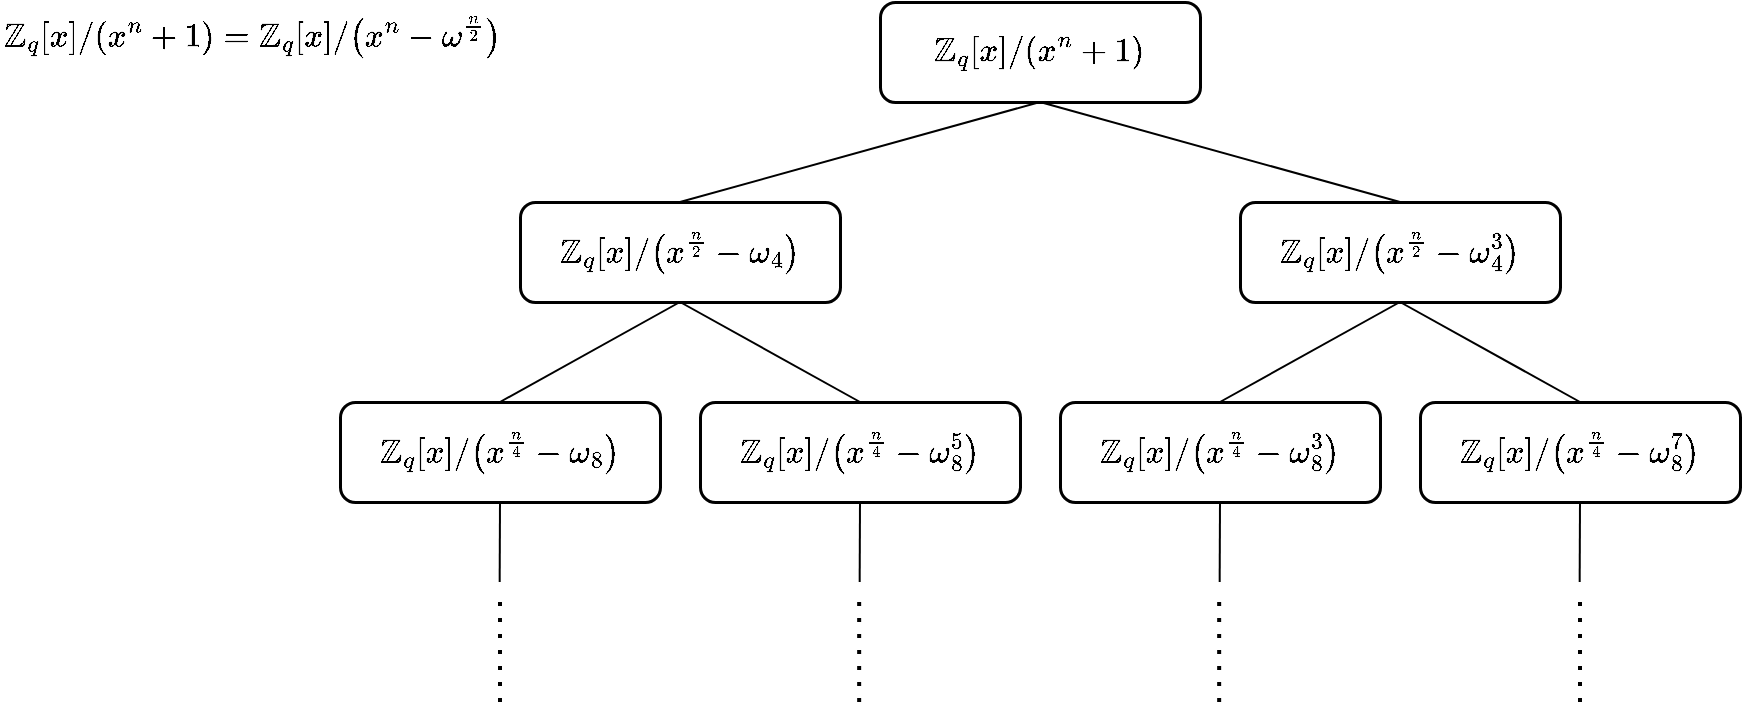
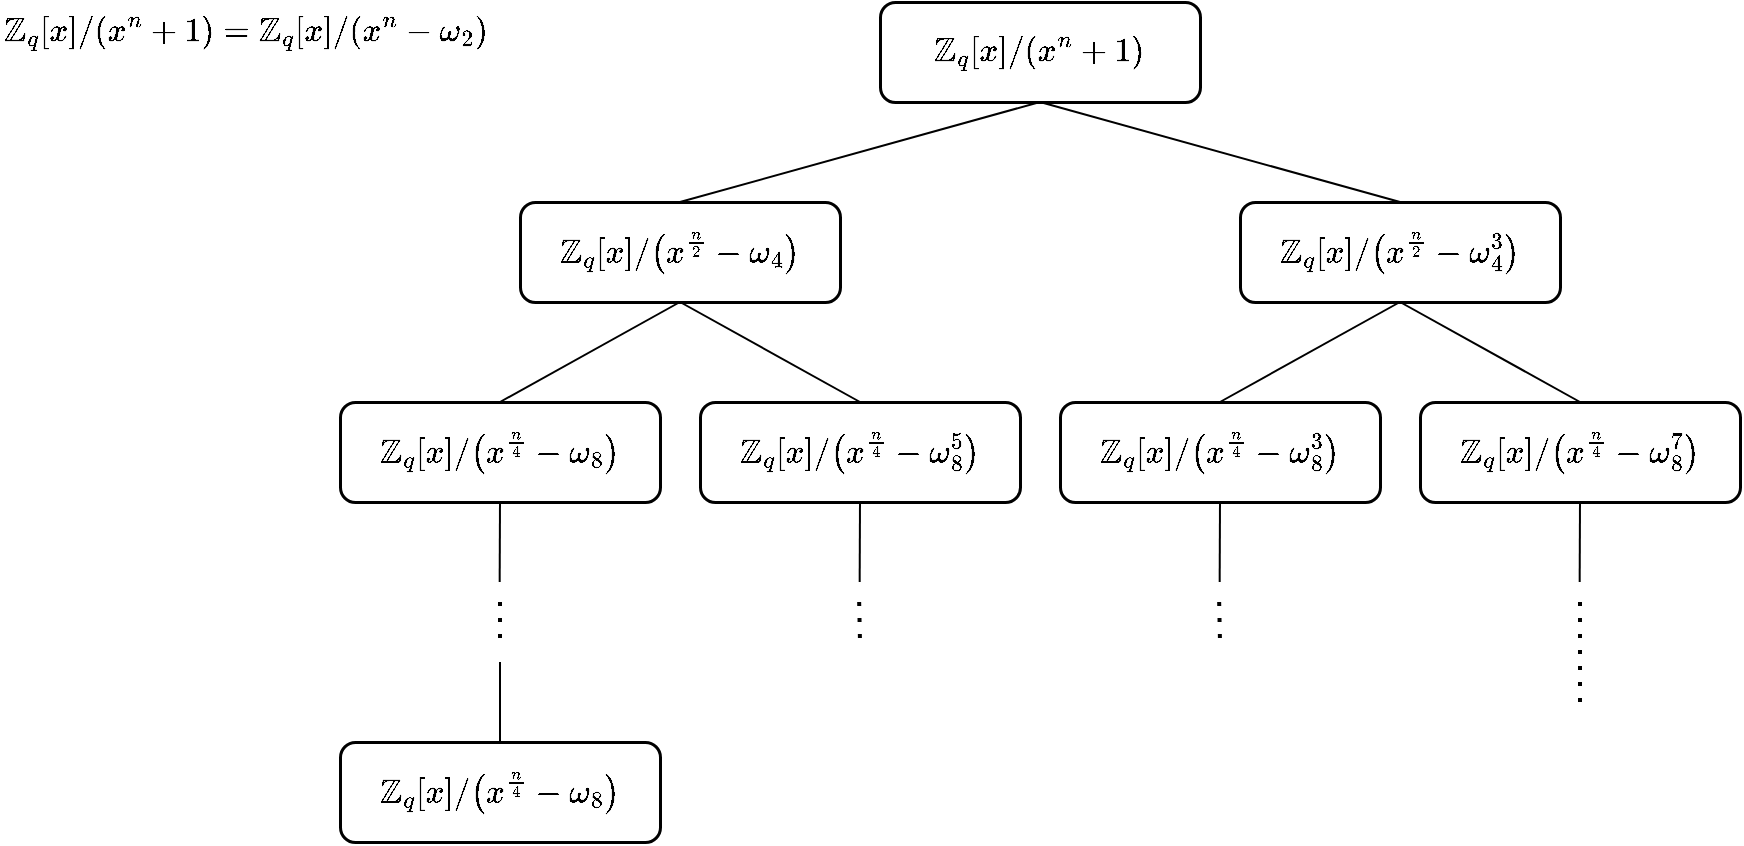
<mxfile host="app.diagrams.net">
  <diagram name="第 1 页" id="r_cadCLkMDmKBiWyYnG-">
-     <mxGraphModel dx="1047" dy="677" grid="1" gridSize="10" guides="1" tooltips="1" connect="1" arrows="1" fold="1" page="1" pageScale="1" pageWidth="1600" pageHeight="900" math="1" shadow="0">
+     <mxGraphModel dx="1267" dy="820" grid="1" gridSize="10" guides="1" tooltips="1" connect="1" arrows="1" fold="1" page="1" pageScale="1" pageWidth="1600" pageHeight="900" math="1" shadow="0">
      <root>
        <mxCell id="0" />
        <mxCell id="1" parent="0" />
        <mxCell id="RMBLcs9uN_SKzhUv9nPz-1" edge="1" parent="1" source="RMBLcs9uN_SKzhUv9nPz-3" style="rounded=0;orthogonalLoop=1;jettySize=auto;html=1;exitX=0.5;exitY=1;exitDx=0;exitDy=0;entryX=0.5;entryY=0;entryDx=0;entryDy=0;endArrow=none;endFill=0;fontSize=14;" target="RMBLcs9uN_SKzhUv9nPz-9">
          <mxGeometry relative="1" as="geometry">
            <mxPoint x="1070" y="160" as="targetPoint" />
          </mxGeometry>
        </mxCell>
        <mxCell id="RMBLcs9uN_SKzhUv9nPz-2" edge="1" parent="1" source="RMBLcs9uN_SKzhUv9nPz-3" style="rounded=0;orthogonalLoop=1;jettySize=auto;html=1;exitX=0.5;exitY=1;exitDx=0;exitDy=0;endArrow=none;endFill=0;entryX=0.5;entryY=0;entryDx=0;entryDy=0;fontSize=14;" target="RMBLcs9uN_SKzhUv9nPz-6">
          <mxGeometry relative="1" as="geometry">
            <mxPoint x="600" y="160" as="targetPoint" />
          </mxGeometry>
        </mxCell>
        <mxCell id="RMBLcs9uN_SKzhUv9nPz-3" parent="1" style="rounded=1;whiteSpace=wrap;html=1;strokeWidth=1.5;fontSize=14;" value="`\mathbb{Z}_{q} [x] \/ (x^n + 1)`" vertex="1">
          <mxGeometry height="50" width="160" x="720" y="40" as="geometry" />
        </mxCell>
        <mxCell id="RMBLcs9uN_SKzhUv9nPz-4" edge="1" parent="1" source="RMBLcs9uN_SKzhUv9nPz-6" style="rounded=0;orthogonalLoop=1;jettySize=auto;html=1;exitX=0.5;exitY=1;exitDx=0;exitDy=0;entryX=0.5;entryY=0;entryDx=0;entryDy=0;endArrow=none;endFill=0;" target="RMBLcs9uN_SKzhUv9nPz-11">
          <mxGeometry relative="1" as="geometry" />
        </mxCell>
        <mxCell id="RMBLcs9uN_SKzhUv9nPz-5" edge="1" parent="1" source="RMBLcs9uN_SKzhUv9nPz-6" style="edgeStyle=none;shape=connector;rounded=0;orthogonalLoop=1;jettySize=auto;html=1;exitX=0.5;exitY=1;exitDx=0;exitDy=0;entryX=0.5;entryY=0;entryDx=0;entryDy=0;strokeColor=default;align=center;verticalAlign=middle;fontFamily=Helvetica;fontSize=11;fontColor=default;labelBackgroundColor=default;endArrow=none;endFill=0;" target="RMBLcs9uN_SKzhUv9nPz-13">
          <mxGeometry relative="1" as="geometry" />
        </mxCell>
        <mxCell id="RMBLcs9uN_SKzhUv9nPz-6" parent="1" style="rounded=1;whiteSpace=wrap;html=1;strokeWidth=1.5;fontSize=14;" value="`\mathbb{Z}_{q} [x] \/ (x^{n/2} - \omega_4)`" vertex="1">
          <mxGeometry height="50" width="160" x="540" y="140" as="geometry" />
        </mxCell>
        <mxCell id="RMBLcs9uN_SKzhUv9nPz-7" edge="1" parent="1" source="RMBLcs9uN_SKzhUv9nPz-9" style="edgeStyle=none;shape=connector;rounded=0;orthogonalLoop=1;jettySize=auto;html=1;exitX=0.5;exitY=1;exitDx=0;exitDy=0;entryX=0.5;entryY=0;entryDx=0;entryDy=0;strokeColor=default;align=center;verticalAlign=middle;fontFamily=Helvetica;fontSize=11;fontColor=default;labelBackgroundColor=default;endArrow=none;endFill=0;" target="RMBLcs9uN_SKzhUv9nPz-15">
          <mxGeometry relative="1" as="geometry" />
        </mxCell>
        <mxCell id="RMBLcs9uN_SKzhUv9nPz-8" edge="1" parent="1" source="RMBLcs9uN_SKzhUv9nPz-9" style="edgeStyle=none;shape=connector;rounded=0;orthogonalLoop=1;jettySize=auto;html=1;exitX=0.5;exitY=1;exitDx=0;exitDy=0;entryX=0.5;entryY=0;entryDx=0;entryDy=0;strokeColor=default;align=center;verticalAlign=middle;fontFamily=Helvetica;fontSize=11;fontColor=default;labelBackgroundColor=default;endArrow=none;endFill=0;" target="RMBLcs9uN_SKzhUv9nPz-17">
          <mxGeometry relative="1" as="geometry" />
        </mxCell>
        <mxCell id="RMBLcs9uN_SKzhUv9nPz-9" parent="1" style="rounded=1;whiteSpace=wrap;html=1;strokeWidth=1.5;fontSize=14;" value="`\mathbb{Z}_{q} [x] \/ (x^{n/2} - \omega_{4}^3)`" vertex="1">
          <mxGeometry height="50" width="160" x="900" y="140" as="geometry" />
        </mxCell>
        <mxCell id="RMBLcs9uN_SKzhUv9nPz-10" edge="1" parent="1" source="RMBLcs9uN_SKzhUv9nPz-11" style="edgeStyle=none;shape=connector;rounded=0;orthogonalLoop=1;jettySize=auto;html=1;exitX=0.5;exitY=1;exitDx=0;exitDy=0;strokeColor=default;align=center;verticalAlign=middle;fontFamily=Helvetica;fontSize=11;fontColor=default;labelBackgroundColor=default;endArrow=none;endFill=0;">
          <mxGeometry relative="1" as="geometry">
            <mxPoint x="529.8333333333335" y="330" as="targetPoint" />
          </mxGeometry>
        </mxCell>
        <mxCell id="RMBLcs9uN_SKzhUv9nPz-11" parent="1" style="rounded=1;whiteSpace=wrap;html=1;strokeWidth=1.5;fontSize=14;" value="`\mathbb{Z}_{q} [x] \/ (x^{n/4} - \omega_8)`" vertex="1">
          <mxGeometry height="50" width="160" x="450" y="240" as="geometry" />
        </mxCell>
        <mxCell id="RMBLcs9uN_SKzhUv9nPz-12" edge="1" parent="1" source="RMBLcs9uN_SKzhUv9nPz-13" style="edgeStyle=none;shape=connector;rounded=0;orthogonalLoop=1;jettySize=auto;html=1;exitX=0.5;exitY=1;exitDx=0;exitDy=0;strokeColor=default;align=center;verticalAlign=middle;fontFamily=Helvetica;fontSize=11;fontColor=default;labelBackgroundColor=default;endArrow=none;endFill=0;">
          <mxGeometry relative="1" as="geometry">
            <mxPoint x="709.8333333333335" y="330" as="targetPoint" />
          </mxGeometry>
        </mxCell>
        <mxCell id="RMBLcs9uN_SKzhUv9nPz-13" parent="1" style="rounded=1;whiteSpace=wrap;html=1;strokeWidth=1.5;fontSize=14;" value="`\mathbb{Z}_{q} [x] \/ (x^{n/4} - \omega_{8}^{5})`" vertex="1">
          <mxGeometry height="50" width="160" x="630" y="240" as="geometry" />
        </mxCell>
        <mxCell id="RMBLcs9uN_SKzhUv9nPz-14" edge="1" parent="1" source="RMBLcs9uN_SKzhUv9nPz-15" style="edgeStyle=none;shape=connector;rounded=0;orthogonalLoop=1;jettySize=auto;html=1;exitX=0.5;exitY=1;exitDx=0;exitDy=0;strokeColor=default;align=center;verticalAlign=middle;fontFamily=Helvetica;fontSize=11;fontColor=default;labelBackgroundColor=default;endArrow=none;endFill=0;">
          <mxGeometry relative="1" as="geometry">
            <mxPoint x="889.8333333333335" y="330" as="targetPoint" />
          </mxGeometry>
        </mxCell>
        <mxCell id="RMBLcs9uN_SKzhUv9nPz-15" parent="1" style="rounded=1;whiteSpace=wrap;html=1;strokeWidth=1.5;fontSize=14;" value="`\mathbb{Z}_{q} [x] \/ (x^{n/4} - \omega_{8}^{3})`" vertex="1">
          <mxGeometry height="50" width="160" x="810" y="240" as="geometry" />
        </mxCell>
        <mxCell id="RMBLcs9uN_SKzhUv9nPz-16" edge="1" parent="1" source="RMBLcs9uN_SKzhUv9nPz-17" style="edgeStyle=none;shape=connector;rounded=0;orthogonalLoop=1;jettySize=auto;html=1;exitX=0.5;exitY=1;exitDx=0;exitDy=0;strokeColor=default;align=center;verticalAlign=middle;fontFamily=Helvetica;fontSize=11;fontColor=default;labelBackgroundColor=default;endArrow=none;endFill=0;">
          <mxGeometry relative="1" as="geometry">
            <mxPoint x="1069.8333333333335" y="330" as="targetPoint" />
          </mxGeometry>
        </mxCell>
        <mxCell id="RMBLcs9uN_SKzhUv9nPz-17" parent="1" style="rounded=1;whiteSpace=wrap;html=1;strokeWidth=1.5;fontSize=14;" value="`\mathbb{Z}_{q} [x] \/ (x^{n/4} - \omega_{8}^{7})`" vertex="1">
          <mxGeometry height="50" width="160" x="990" y="240" as="geometry" />
        </mxCell>
        <mxCell id="RMBLcs9uN_SKzhUv9nPz-18" edge="1" parent="1" style="endArrow=none;dashed=1;html=1;dashPattern=1 3;strokeWidth=2;rounded=0;strokeColor=default;align=center;verticalAlign=middle;fontFamily=Helvetica;fontSize=11;fontColor=default;labelBackgroundColor=default;" value="">
          <mxGeometry height="50" relative="1" width="50" as="geometry">
            <mxPoint x="530" y="340" as="sourcePoint" />
-             <mxPoint x="530" y="390" as="targetPoint" />
+             <mxPoint x="530" y="360" as="targetPoint" />
          </mxGeometry>
        </mxCell>
        <mxCell id="RMBLcs9uN_SKzhUv9nPz-19" edge="1" parent="1" style="endArrow=none;dashed=1;html=1;dashPattern=1 3;strokeWidth=2;rounded=0;strokeColor=default;align=center;verticalAlign=middle;fontFamily=Helvetica;fontSize=11;fontColor=default;labelBackgroundColor=default;" value="">
          <mxGeometry height="50" relative="1" width="50" as="geometry">
            <mxPoint x="709.5799999999999" y="340" as="sourcePoint" />
-             <mxPoint x="709.5799999999999" y="390" as="targetPoint" />
+             <mxPoint x="710" y="360" as="targetPoint" />
          </mxGeometry>
        </mxCell>
        <mxCell id="RMBLcs9uN_SKzhUv9nPz-20" edge="1" parent="1" style="endArrow=none;dashed=1;html=1;dashPattern=1 3;strokeWidth=2;rounded=0;strokeColor=default;align=center;verticalAlign=middle;fontFamily=Helvetica;fontSize=11;fontColor=default;labelBackgroundColor=default;" value="">
          <mxGeometry height="50" relative="1" width="50" as="geometry">
            <mxPoint x="889.5799999999999" y="340" as="sourcePoint" />
-             <mxPoint x="889.5799999999999" y="390" as="targetPoint" />
+             <mxPoint x="890" y="360" as="targetPoint" />
          </mxGeometry>
        </mxCell>
        <mxCell id="RMBLcs9uN_SKzhUv9nPz-21" edge="1" parent="1" style="endArrow=none;dashed=1;html=1;dashPattern=1 3;strokeWidth=2;rounded=0;strokeColor=default;align=center;verticalAlign=middle;fontFamily=Helvetica;fontSize=11;fontColor=default;labelBackgroundColor=default;" value="">
          <mxGeometry height="50" relative="1" width="50" as="geometry">
            <mxPoint x="1070" y="340" as="sourcePoint" />
            <mxPoint x="1070" y="390" as="targetPoint" />
          </mxGeometry>
        </mxCell>
-         <mxCell id="RMBLcs9uN_SKzhUv9nPz-23" parent="1" style="text;whiteSpace=wrap;html=1;textShadow=0;labelBackgroundColor=none;" value="&lt;span style=&quot;color: rgb(0, 0, 0); font-family: Helvetica; font-size: 14px; font-style: normal; font-variant-ligatures: normal; font-variant-caps: normal; font-weight: 400; letter-spacing: normal; orphans: 2; text-align: center; text-indent: 0px; text-transform: none; widows: 2; word-spacing: 0px; -webkit-text-stroke-width: 0px; white-space: normal; text-decoration-thickness: initial; text-decoration-style: initial; text-decoration-color: initial; float: none; display: inline !important;&quot;&gt;`\mathbb{Z}_{q} [x] \/ (x^n + 1) = \mathbb{Z}_q[x] \/ (x^n - \omega ^ {n/2})`&lt;/span&gt;" vertex="1">
+         <mxCell id="RMBLcs9uN_SKzhUv9nPz-23" parent="1" style="text;whiteSpace=wrap;html=1;textShadow=0;labelBackgroundColor=none;" value="&lt;span style=&quot;color: rgb(0, 0, 0); font-family: Helvetica; font-size: 14px; font-style: normal; font-variant-ligatures: normal; font-variant-caps: normal; font-weight: 400; letter-spacing: normal; orphans: 2; text-align: center; text-indent: 0px; text-transform: none; widows: 2; word-spacing: 0px; -webkit-text-stroke-width: 0px; white-space: normal; text-decoration-thickness: initial; text-decoration-style: initial; text-decoration-color: initial; float: none; display: inline !important;&quot;&gt;`\mathbb{Z}_{q} [x] \/ (x^n + 1) = \mathbb{Z}_q[x] \/ (x^n - \omega _{2})`&lt;/span&gt;" vertex="1">
          <mxGeometry height="40" width="220" x="280" y="40" as="geometry" />
+         </mxCell>
+         <mxCell id="RMBLcs9uN_SKzhUv9nPz-24" parent="1" style="rounded=1;whiteSpace=wrap;html=1;strokeWidth=1.5;fontSize=14;" value="`\mathbb{Z}_{q} [x] \/ (x^{n/4} - \omega_8)`" vertex="1">
+           <mxGeometry height="50" width="160" x="450" y="410" as="geometry" />
+         </mxCell>
+         <mxCell id="RMBLcs9uN_SKzhUv9nPz-25" edge="1" parent="1" style="edgeStyle=none;shape=connector;rounded=0;orthogonalLoop=1;jettySize=auto;html=1;strokeColor=default;align=center;verticalAlign=middle;fontFamily=Helvetica;fontSize=11;fontColor=default;labelBackgroundColor=default;endArrow=none;endFill=0;entryX=0.5;entryY=0;entryDx=0;entryDy=0;" target="RMBLcs9uN_SKzhUv9nPz-24">
+           <mxGeometry relative="1" as="geometry">
+             <mxPoint x="530" y="370" as="sourcePoint" />
+             <mxPoint x="520" y="410" as="targetPoint" />
+           </mxGeometry>
        </mxCell>
      </root>
    </mxGraphModel>
  </diagram>
</mxfile>
